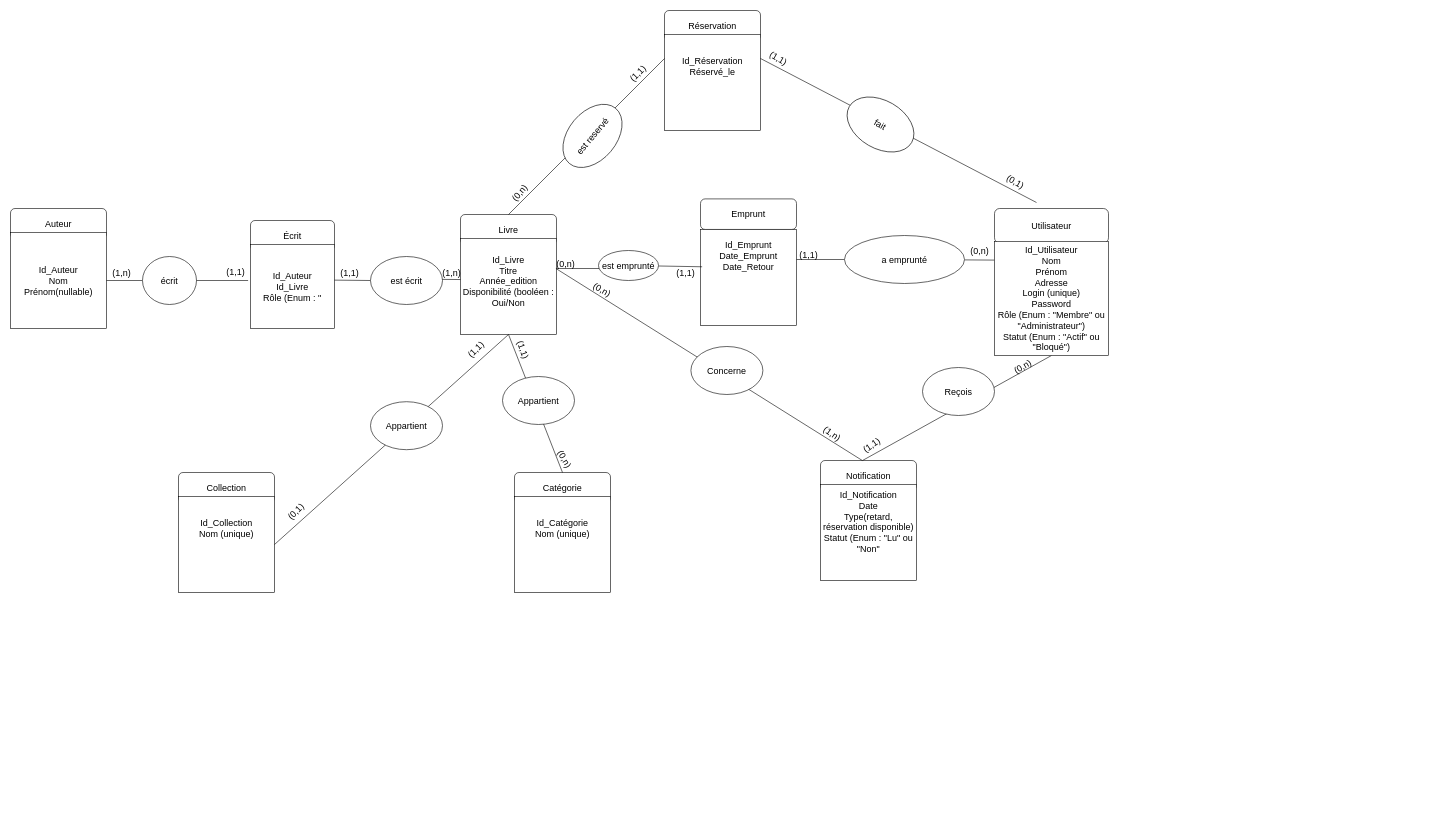
The draw.io diagram page "MCD" (3 of 3) of diagramme/Diagramme UML Bibliothèque.drawio in JocelyneMuller/Projet-Biblioth-que, before the edit. Source tidied: cells renumbered, new cells numbered last; positions are measured from the earlier drawing's top-left corner, leaving out a move shared by most shapes. Both pictures are drawn from the tidied source at 60%, with x=0, y=0 at pixel (10, 10).
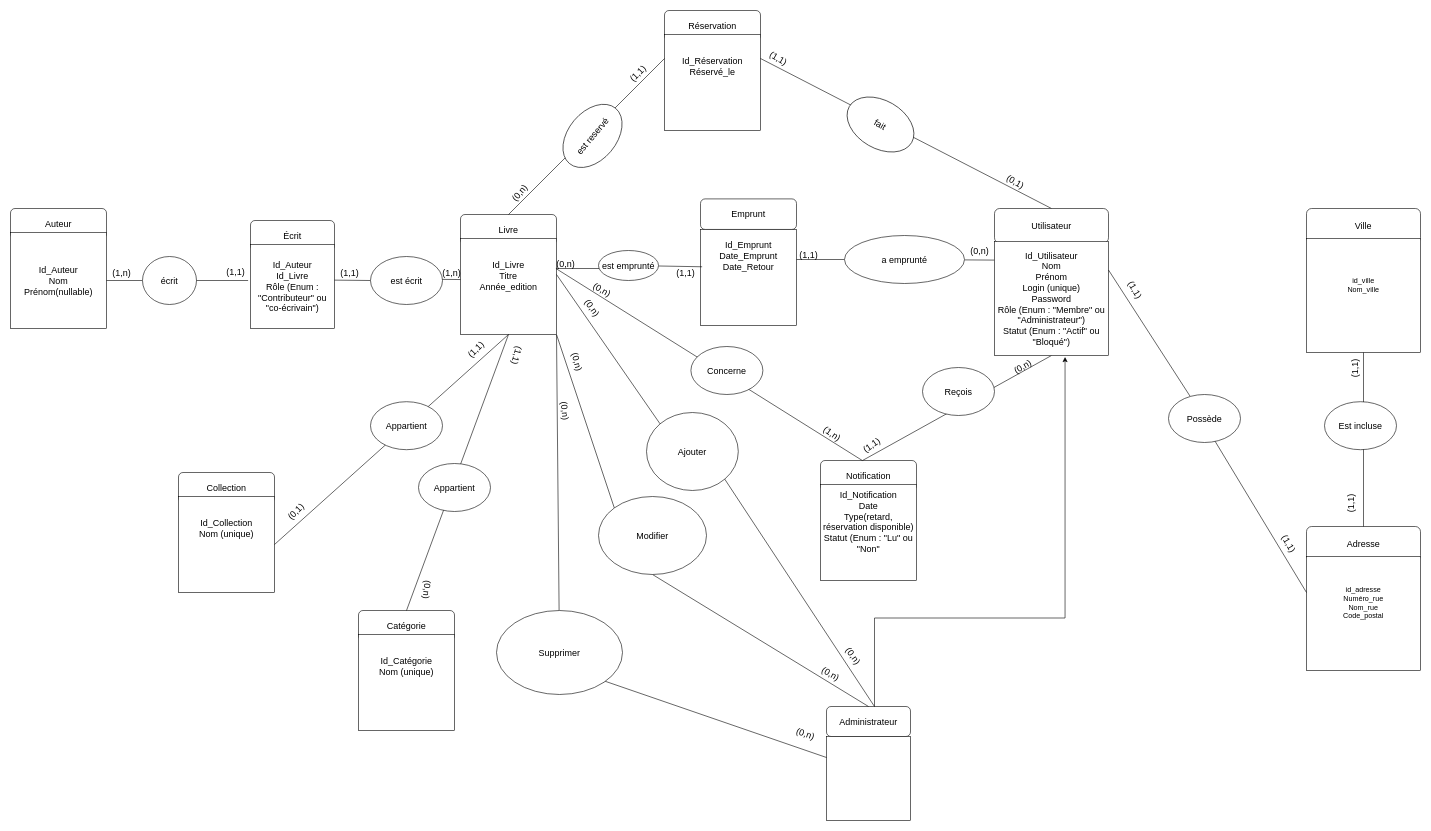
The same diagram, later.

Commit message:
Mettre à jour Diagramme UML Bibliothèque.drawio

The change refers to these unchanged cells:
```xml
<mxCell id="2" style="group;" parent="1" vertex="1">
  <mxGeometry x="750" y="340" width="160" height="200" as="geometry" />
</mxCell>
<mxCell id="13" value="&lt;font style=&quot;font-size: 15px;&quot;&gt;Id_Réservation&lt;/font&gt;&lt;div&gt;&lt;span style=&quot;font-size: 15px;&quot;&gt;Réservé_le&lt;br&gt;&lt;/span&gt;&lt;div style=&quot;font-size: 15px;&quot;&gt;&lt;br&gt;&lt;/div&gt;&lt;div style=&quot;font-size: 15px;&quot;&gt;&lt;br&gt;&lt;/div&gt;&lt;div style=&quot;font-size: 15px;&quot;&gt;&lt;br&gt;&lt;/div&gt;&lt;/div&gt;" style="whiteSpace=wrap;html=1;" parent="11" vertex="1">
  <mxGeometry y="40" width="160" height="160" as="geometry" />
</mxCell>
<mxCell id="49" style="group;" parent="1" vertex="1">
  <mxGeometry x="400" y="350" width="140" height="200" as="geometry" />
</mxCell>
<mxCell id="63" value="&lt;font style=&quot;font-size: 15px;&quot;&gt;Utilisateur&lt;/font&gt;" style="rounded=1;whiteSpace=wrap;html=1;" parent="1" vertex="1">
  <mxGeometry x="1640" y="330" width="190" height="57.5" as="geometry" />
</mxCell>
```

The edit, as a diff of the source:
```diff
@@
-    <mxCell id="4" value="&lt;font style=&quot;font-size: 15px;&quot;&gt;Id_Livre&lt;/font&gt;&lt;div style=&quot;font-size: 15px;&quot;&gt;&lt;font style=&quot;font-size: 15px;&quot;&gt;Titre&lt;/font&gt;&lt;/div&gt;&lt;div style=&quot;font-size: 15px;&quot;&gt;&lt;font style=&quot;font-size: 15px;&quot;&gt;Année_edition&lt;/font&gt;&lt;/div&gt;&lt;div style=&quot;font-size: 15px;&quot;&gt;&lt;font style=&quot;font-size: 15px;&quot;&gt;Disponibilité (booléen : Oui/Non&lt;/font&gt;&lt;/div&gt;&lt;div style=&quot;font-size: 15px;&quot;&gt;&lt;br&gt;&lt;/div&gt;" style="whiteSpace=wrap;html=1;" parent="2" vertex="1">
+    <mxCell id="4" value="&lt;font style=&quot;font-size: 15px;&quot;&gt;Id_Livre&lt;/font&gt;&lt;div style=&quot;font-size: 15px;&quot;&gt;&lt;font style=&quot;font-size: 15px;&quot;&gt;Titre&lt;/font&gt;&lt;/div&gt;&lt;div style=&quot;font-size: 15px;&quot;&gt;&lt;font style=&quot;font-size: 15px;&quot;&gt;Année_edition&lt;/font&gt;&lt;/div&gt;&lt;div style=&quot;font-size: 15px;&quot;&gt;&lt;br&gt;&lt;/div&gt;&lt;div style=&quot;font-size: 15px;&quot;&gt;&lt;br&gt;&lt;/div&gt;" style="whiteSpace=wrap;html=1;" parent="2" vertex="1">
       <mxGeometry y="40" width="160" height="160" as="geometry" />
     </mxCell>
@@
     <mxCell id="8" style="group;" parent="1" vertex="1">
-      <mxGeometry x="840" y="770" width="160" height="200" as="geometry" />
+      <mxGeometry x="580" y="1000" width="160" height="200" as="geometry" />
     </mxCell>
@@
-    <mxCell id="17" style="endArrow=none;html=1;rounded=0;entryX=1;entryY=0.25;entryDx=0;entryDy=0;" parent="1" edge="1" target="13">
-      <mxGeometry relative="1" as="geometry">
-        <mxPoint x="1710" y="320" as="sourcePoint" />
-      </mxGeometry>
+    <mxCell id="17" style="endArrow=none;html=1;rounded=0;entryX=1;entryY=0.25;entryDx=0;entryDy=0;exitX=0.5;exitY=0;exitDx=0;exitDy=0;" parent="1" edge="1" source="63" target="13">
+      <mxGeometry relative="1" as="geometry" />
     </mxCell>
@@
-    <mxCell id="22" value="&lt;font style=&quot;font-size: 15px;&quot;&gt;(0,n)&lt;/font&gt;" style="text;html=1;align=center;verticalAlign=middle;strokeColor=none;fillColor=none;rotation=60;" parent="1" vertex="1">
-      <mxGeometry x="899" y="732" width="50" height="30" as="geometry" />
+    <mxCell id="22" value="&lt;font style=&quot;font-size: 15px;&quot;&gt;(0,n)&lt;/font&gt;" style="text;html=1;align=center;verticalAlign=middle;strokeColor=none;fillColor=none;rotation=95;" parent="1" vertex="1">
+      <mxGeometry x="670" y="950" width="50" height="30" as="geometry" />
     </mxCell>
-    <mxCell id="23" value="&lt;font style=&quot;font-size: 15px;&quot;&gt;(1,1)&lt;/font&gt;" style="text;html=1;align=center;verticalAlign=middle;strokeColor=none;fillColor=none;rotation=70;" parent="1" vertex="1">
-      <mxGeometry x="830" y="550" width="50" height="30" as="geometry" />
+    <mxCell id="23" value="&lt;font style=&quot;font-size: 15px;&quot;&gt;(1,1)&lt;/font&gt;" style="text;html=1;align=center;verticalAlign=middle;strokeColor=none;fillColor=none;rotation=105;" parent="1" vertex="1">
+      <mxGeometry x="820" y="560" width="50" height="30" as="geometry" />
     </mxCell>
@@
     <mxCell id="41" value="&lt;font style=&quot;font-size: 15px;&quot;&gt;Appartient&lt;/font&gt;" style="ellipse;whiteSpace=wrap;html=1;" parent="1" vertex="1">
-      <mxGeometry x="820" y="610" width="120" height="80" as="geometry" />
+      <mxGeometry x="680" y="755" width="120" height="80" as="geometry" />
     </mxCell>
@@
-    <mxCell id="51" value="&lt;font style=&quot;font-size: 15px;&quot;&gt;Id_Auteur&lt;/font&gt;&lt;div&gt;&lt;span style=&quot;font-size: 15px;&quot;&gt;Id_Livre&lt;br&gt;&lt;/span&gt;&lt;div style=&quot;font-size: 15px;&quot;&gt;Rôle (Enum : &quot;&lt;/div&gt;&lt;/div&gt;" style="whiteSpace=wrap;html=1;" parent="49" vertex="1">
+    <mxCell id="51" value="&lt;font style=&quot;font-size: 15px;&quot;&gt;Id_Auteur&lt;/font&gt;&lt;div&gt;&lt;span style=&quot;font-size: 15px;&quot;&gt;Id_Livre&lt;br&gt;&lt;/span&gt;&lt;div style=&quot;font-size: 15px;&quot;&gt;Rôle (Enum : &quot;Contributeur&quot; ou &quot;co-écrivain&quot;)&lt;/div&gt;&lt;/div&gt;" style="whiteSpace=wrap;html=1;" parent="49" vertex="1">
       <mxGeometry y="40" width="140" height="140" as="geometry" />
     </mxCell>
@@
-    <mxCell id="64" value="&lt;div&gt;&lt;font style=&quot;font-size: 15px;&quot;&gt;&lt;br&gt;&lt;/font&gt;&lt;/div&gt;&lt;font style=&quot;font-size: 15px;&quot;&gt;&lt;div&gt;&lt;font style=&quot;font-size: 15px;&quot;&gt;&lt;br&gt;&lt;/font&gt;&lt;/div&gt;Id_Utilisateur&lt;/font&gt;&lt;div style=&quot;font-size: 15px;&quot;&gt;&lt;font style=&quot;font-size: 15px;&quot;&gt;Nom&lt;/font&gt;&lt;/div&gt;&lt;div style=&quot;font-size: 15px;&quot;&gt;&lt;font style=&quot;font-size: 15px;&quot;&gt;Prénom&lt;/font&gt;&lt;/div&gt;&lt;div style=&quot;font-size: 15px;&quot;&gt;&lt;span style=&quot;background-color: initial;&quot;&gt;Adresse&lt;/span&gt;&lt;/div&gt;&lt;div style=&quot;font-size: 15px;&quot;&gt;&lt;span style=&quot;background-color: initial;&quot;&gt;Login (unique)&lt;/span&gt;&lt;/div&gt;&lt;div style=&quot;font-size: 15px;&quot;&gt;&lt;span style=&quot;background-color: initial;&quot;&gt;Password&lt;/span&gt;&lt;/div&gt;&lt;div style=&quot;font-size: 15px;&quot;&gt;Rôle (Enum : &quot;Membre&quot; ou &quot;Administrateur&quot;)&lt;span style=&quot;background-color: initial;&quot;&gt;&lt;br&gt;&lt;/span&gt;&lt;/div&gt;&lt;div style=&quot;font-size: 15px;&quot;&gt;Statut (Enum : &quot;Actif&quot; ou &quot;Bloqué&quot;)&lt;/div&gt;&lt;div style=&quot;font-size: 15px;&quot;&gt;&lt;br&gt;&lt;/div&gt;&lt;div style=&quot;font-size: 15px;&quot;&gt;&lt;br&gt;&lt;/div&gt;" style="whiteSpace=wrap;html=1;" parent="1" vertex="1">
+    <mxCell id="64" value="&lt;div&gt;&lt;font style=&quot;font-size: 15px;&quot;&gt;&lt;br&gt;&lt;/font&gt;&lt;/div&gt;&lt;font style=&quot;font-size: 15px;&quot;&gt;&lt;div&gt;&lt;font style=&quot;font-size: 15px;&quot;&gt;&lt;br&gt;&lt;/font&gt;&lt;/div&gt;Id_Utilisateur&lt;/font&gt;&lt;div style=&quot;font-size: 15px;&quot;&gt;&lt;font style=&quot;font-size: 15px;&quot;&gt;Nom&lt;/font&gt;&lt;/div&gt;&lt;div style=&quot;font-size: 15px;&quot;&gt;&lt;font style=&quot;font-size: 15px;&quot;&gt;Prénom&lt;/font&gt;&lt;/div&gt;&lt;div style=&quot;font-size: 15px;&quot;&gt;&lt;span style=&quot;background-color: initial;&quot;&gt;Login (unique)&lt;/span&gt;&lt;br&gt;&lt;/div&gt;&lt;div style=&quot;font-size: 15px;&quot;&gt;&lt;span style=&quot;background-color: initial;&quot;&gt;Password&lt;/span&gt;&lt;/div&gt;&lt;div style=&quot;font-size: 15px;&quot;&gt;Rôle (Enum : &quot;Membre&quot; ou &quot;Administrateur&quot;)&lt;span style=&quot;background-color: initial;&quot;&gt;&lt;br&gt;&lt;/span&gt;&lt;/div&gt;&lt;div style=&quot;font-size: 15px;&quot;&gt;Statut (Enum : &quot;Actif&quot; ou &quot;Bloqué&quot;)&lt;/div&gt;&lt;div style=&quot;font-size: 15px;&quot;&gt;&lt;br&gt;&lt;/div&gt;&lt;div style=&quot;font-size: 15px;&quot;&gt;&lt;br&gt;&lt;/div&gt;" style="whiteSpace=wrap;html=1;" parent="1" vertex="1">
       <mxGeometry x="1640" y="385" width="190" height="190" as="geometry" />
     </mxCell>
@@
+    <mxCell id="72" style="edgeStyle=orthogonalEdgeStyle;rounded=0;orthogonalLoop=1;jettySize=auto;html=1;exitX=0.75;exitY=0;exitDx=0;exitDy=0;" parent="1" edge="1">
+      <mxGeometry relative="1" as="geometry">
+        <mxPoint x="1440" y="1162.5" as="sourcePoint" />
+        <mxPoint x="1757.6" y="577.5" as="targetPoint" />
+        <Array as="points">
+          <mxPoint x="1439.6" y="1012.5" />
+          <mxPoint x="1757.6" y="1012.5" />
+        </Array>
+      </mxGeometry>
+    </mxCell>
+    <mxCell id="73" value="&lt;span style=&quot;font-size: 15px;&quot;&gt;Administrateur&lt;/span&gt;" style="rounded=1;whiteSpace=wrap;html=1;" parent="1" vertex="1">
+      <mxGeometry x="1360" y="1160" width="140" height="50" as="geometry" />
+    </mxCell>
+    <mxCell id="74" style="whiteSpace=wrap;html=1;" parent="1" vertex="1">
+      <mxGeometry x="1360" y="1210" width="140" height="140" as="geometry" />
+    </mxCell>
+    <mxCell id="75" value="&lt;font style=&quot;font-size: 15px;&quot;&gt;Ajouter&lt;/font&gt;" style="ellipse;whiteSpace=wrap;html=1;" parent="1" vertex="1">
+      <mxGeometry x="1060" y="670" width="153" height="130" as="geometry" />
+    </mxCell>
+    <mxCell id="76" style="endArrow=none;html=1;rounded=0;entryX=0;entryY=0;entryDx=0;entryDy=0;" parent="1" edge="1" target="75">
+      <mxGeometry relative="1" as="geometry">
+        <mxPoint x="910" y="440" as="sourcePoint" />
+      </mxGeometry>
+    </mxCell>
+    <mxCell id="77" style="endArrow=none;html=1;rounded=0;exitX=1;exitY=1;exitDx=0;exitDy=0;" parent="1" edge="1" source="75">
+      <mxGeometry relative="1" as="geometry">
+        <mxPoint x="1440" y="1160" as="targetPoint" />
+      </mxGeometry>
+    </mxCell>
+    <mxCell id="78" style="endArrow=none;html=1;rounded=0;entryX=0.5;entryY=0;entryDx=0;entryDy=0;exitX=0.5;exitY=1;exitDx=0;exitDy=0;" parent="1" edge="1" source="80" target="73">
+      <mxGeometry relative="1" as="geometry" />
+    </mxCell>
+    <mxCell id="79" style="endArrow=none;html=1;rounded=0;entryX=0;entryY=0;entryDx=0;entryDy=0;exitX=1;exitY=1;exitDx=0;exitDy=0;" parent="1" edge="1" source="4" target="80">
+      <mxGeometry relative="1" as="geometry" />
+    </mxCell>
+    <mxCell id="80" value="&lt;font style=&quot;font-size: 15px;&quot;&gt;Modifier&lt;/font&gt;" style="ellipse;whiteSpace=wrap;html=1;" parent="1" vertex="1">
+      <mxGeometry x="980" y="810" width="180" height="130" as="geometry" />
+    </mxCell>
+    <mxCell id="81" style="endArrow=none;html=1;rounded=0;entryX=0;entryY=0.25;entryDx=0;entryDy=0;exitX=1;exitY=1;exitDx=0;exitDy=0;" parent="1" edge="1" source="83" target="74">
+      <mxGeometry relative="1" as="geometry">
+        <Array as="points">
+          <mxPoint x="910" y="1090" />
+        </Array>
+      </mxGeometry>
+    </mxCell>
+    <mxCell id="82" style="endArrow=none;html=1;rounded=0;exitX=1;exitY=1;exitDx=0;exitDy=0;" parent="1" edge="1" source="4" target="83">
+      <mxGeometry relative="1" as="geometry" />
+    </mxCell>
+    <mxCell id="83" value="&lt;font style=&quot;font-size: 15px;&quot;&gt;Supprimer&lt;/font&gt;" style="ellipse;whiteSpace=wrap;html=1;" parent="1" vertex="1">
+      <mxGeometry x="810" y="1000" width="210" height="140" as="geometry" />
+    </mxCell>
+    <mxCell id="84" value="&lt;font style=&quot;font-size: 15px;&quot;&gt;(0,n)&lt;/font&gt;" style="text;html=1;align=center;verticalAlign=middle;strokeColor=none;fillColor=none;rotation=55;fontSize=15;" parent="1" vertex="1">
+      <mxGeometry x="945" y="480" width="50" height="30" as="geometry" />
+    </mxCell>
+    <mxCell id="85" value="&lt;font style=&quot;font-size: 15px;&quot;&gt;(0,n)&lt;/font&gt;" style="text;html=1;align=center;verticalAlign=middle;strokeColor=none;fillColor=none;rotation=55;fontSize=15;" parent="1" vertex="1">
+      <mxGeometry x="1380" y="1060" width="50" height="30" as="geometry" />
+    </mxCell>
+    <mxCell id="86" value="&lt;font style=&quot;font-size: 15px;&quot;&gt;(0,n)&lt;/font&gt;" style="text;html=1;align=center;verticalAlign=middle;strokeColor=none;fillColor=none;rotation=75;fontSize=15;" parent="1" vertex="1">
+      <mxGeometry x="920" y="570" width="50" height="30" as="geometry" />
+    </mxCell>
+    <mxCell id="87" value="&lt;font style=&quot;font-size: 15px;&quot;&gt;(0,n)&lt;/font&gt;" style="text;html=1;align=center;verticalAlign=middle;strokeColor=none;fillColor=none;rotation=30;fontSize=15;" parent="1" vertex="1">
+      <mxGeometry x="1342" y="1090" width="50" height="30" as="geometry" />
+    </mxCell>
+    <mxCell id="88" value="&lt;font style=&quot;font-size: 15px;&quot;&gt;(0,n)&lt;/font&gt;" style="text;html=1;align=center;verticalAlign=middle;strokeColor=none;fillColor=none;rotation=85;fontSize=15;" parent="1" vertex="1">
+      <mxGeometry x="900" y="652" width="50" height="30" as="geometry" />
+    </mxCell>
+    <mxCell id="89" value="&lt;font style=&quot;font-size: 15px;&quot;&gt;(0,n)&lt;/font&gt;" style="text;html=1;align=center;verticalAlign=middle;strokeColor=none;fillColor=none;rotation=20;fontSize=15;" parent="1" vertex="1">
+      <mxGeometry x="1300" y="1190" width="50" height="30" as="geometry" />
+    </mxCell>
+    <mxCell id="90" style="group;" parent="1" vertex="1">
+      <mxGeometry x="2160" y="330" width="190" height="240" as="geometry" />
+    </mxCell>
+    <mxCell id="91" value="&lt;font style=&quot;font-size: 15px;&quot;&gt;Ville&lt;/font&gt;" style="rounded=1;whiteSpace=wrap;html=1;" parent="90" vertex="1">
+      <mxGeometry width="190" height="57.5" as="geometry" />
+    </mxCell>
+    <mxCell id="92" value="&lt;div&gt;id_ville&lt;/div&gt;&lt;div&gt;Nom_ville&lt;/div&gt;&lt;div style=&quot;font-size: 15px;&quot;&gt;&lt;br&gt;&lt;/div&gt;&lt;div style=&quot;font-size: 15px;&quot;&gt;&lt;br&gt;&lt;/div&gt;" style="whiteSpace=wrap;html=1;" parent="90" vertex="1">
+      <mxGeometry y="50" width="190" height="190" as="geometry" />
+    </mxCell>
+    <mxCell id="93" style="group;" parent="1" vertex="1">
+      <mxGeometry x="2160" y="860" width="190" height="240" as="geometry" />
+    </mxCell>
+    <mxCell id="94" value="&lt;font style=&quot;font-size: 15px;&quot;&gt;Adresse&lt;/font&gt;" style="rounded=1;whiteSpace=wrap;html=1;" parent="93" vertex="1">
+      <mxGeometry width="190" height="57.5" as="geometry" />
+    </mxCell>
+    <mxCell id="95" value="&lt;div&gt;id_adresse&lt;/div&gt;&lt;div&gt;Numéro_rue&lt;/div&gt;&lt;div&gt;Nom_rue&lt;/div&gt;&lt;div&gt;Code_postal&lt;/div&gt;&lt;div style=&quot;font-size: 15px;&quot;&gt;&lt;br&gt;&lt;/div&gt;&lt;div style=&quot;font-size: 15px;&quot;&gt;&lt;br&gt;&lt;/div&gt;" style="whiteSpace=wrap;html=1;" parent="93" vertex="1">
+      <mxGeometry y="50" width="190" height="190" as="geometry" />
+    </mxCell>
+    <mxCell id="96" style="endArrow=none;html=1;rounded=0;exitX=0.644;exitY=0.967;exitDx=0;exitDy=0;exitPerimeter=0;" parent="1" edge="1" source="99">
+      <mxGeometry relative="1" as="geometry">
+        <mxPoint x="2160" y="970" as="targetPoint" />
+      </mxGeometry>
+    </mxCell>
+    <mxCell id="97" style="endArrow=none;html=1;rounded=0;entryX=0.5;entryY=1;entryDx=0;entryDy=0;exitX=0.5;exitY=0;exitDx=0;exitDy=0;" parent="1" edge="1" source="94" target="92">
+      <mxGeometry relative="1" as="geometry" />
+    </mxCell>
+    <mxCell id="98" style="endArrow=none;html=1;rounded=0;exitX=1;exitY=0.25;exitDx=0;exitDy=0;" parent="1" edge="1" source="64" target="99">
+      <mxGeometry relative="1" as="geometry" />
+    </mxCell>
+    <mxCell id="99" value="&lt;font style=&quot;font-size: 15px;&quot;&gt;Possède&lt;/font&gt;" style="ellipse;whiteSpace=wrap;html=1;" parent="1" vertex="1">
+      <mxGeometry x="1930" y="640" width="120" height="80" as="geometry" />
+    </mxCell>
+    <mxCell id="100" value="&lt;font style=&quot;font-size: 15px;&quot;&gt;Est incluse&lt;/font&gt;" style="ellipse;whiteSpace=wrap;html=1;" parent="1" vertex="1">
+      <mxGeometry x="2190" y="652" width="120" height="80" as="geometry" />
+    </mxCell>
+    <mxCell id="101" value="&lt;font style=&quot;font-size: 15px;&quot;&gt;(1,1)&lt;/font&gt;" style="text;html=1;align=center;verticalAlign=middle;strokeColor=none;fillColor=none;rotation=60;fontSize=15;" parent="1" vertex="1">
+      <mxGeometry x="1850" y="450" width="50" height="30" as="geometry" />
+    </mxCell>
+    <mxCell id="102" value="&lt;font style=&quot;font-size: 15px;&quot;&gt;(1,1)&lt;/font&gt;" style="text;html=1;align=center;verticalAlign=middle;strokeColor=none;fillColor=none;rotation=60;fontSize=15;" parent="1" vertex="1">
+      <mxGeometry x="2106" y="873" width="50" height="30" as="geometry" />
+    </mxCell>
+    <mxCell id="103" value="&lt;font style=&quot;font-size: 15px;&quot;&gt;(1,1)&lt;/font&gt;" style="text;html=1;align=center;verticalAlign=middle;strokeColor=none;fillColor=none;rotation=-90;fontSize=15;" parent="1" vertex="1">
+      <mxGeometry x="2209" y="807" width="50" height="30" as="geometry" />
+    </mxCell>
+    <mxCell id="104" value="&lt;font style=&quot;font-size: 15px;&quot;&gt;(1,1)&lt;/font&gt;" style="text;html=1;align=center;verticalAlign=middle;strokeColor=none;fillColor=none;rotation=-90;fontSize=15;" parent="1" vertex="1">
+      <mxGeometry x="2216" y="582" width="50" height="30" as="geometry" />
+    </mxCell>
```
